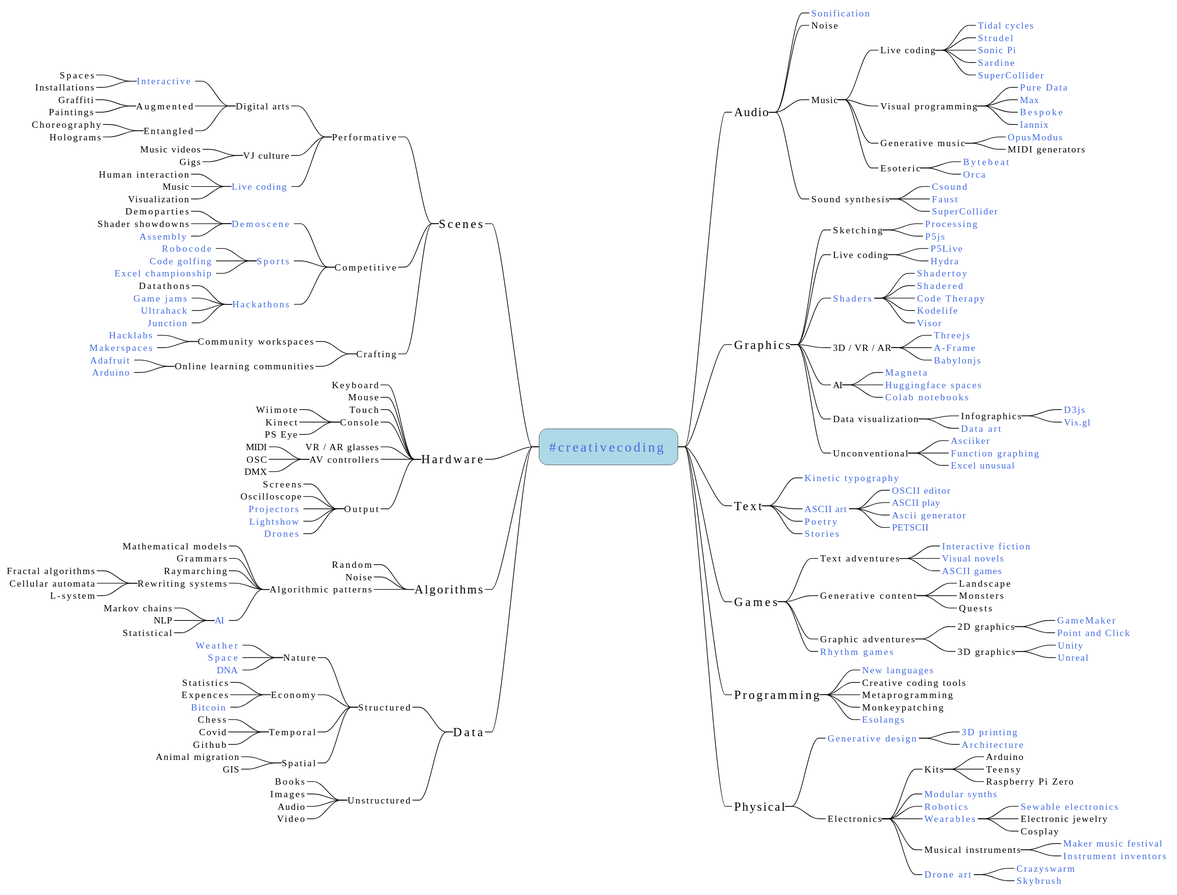
This is out/mindmap/mindmap.svg from amiika/creativecodingmindmap, a PlantUML export, as it was before one commit.
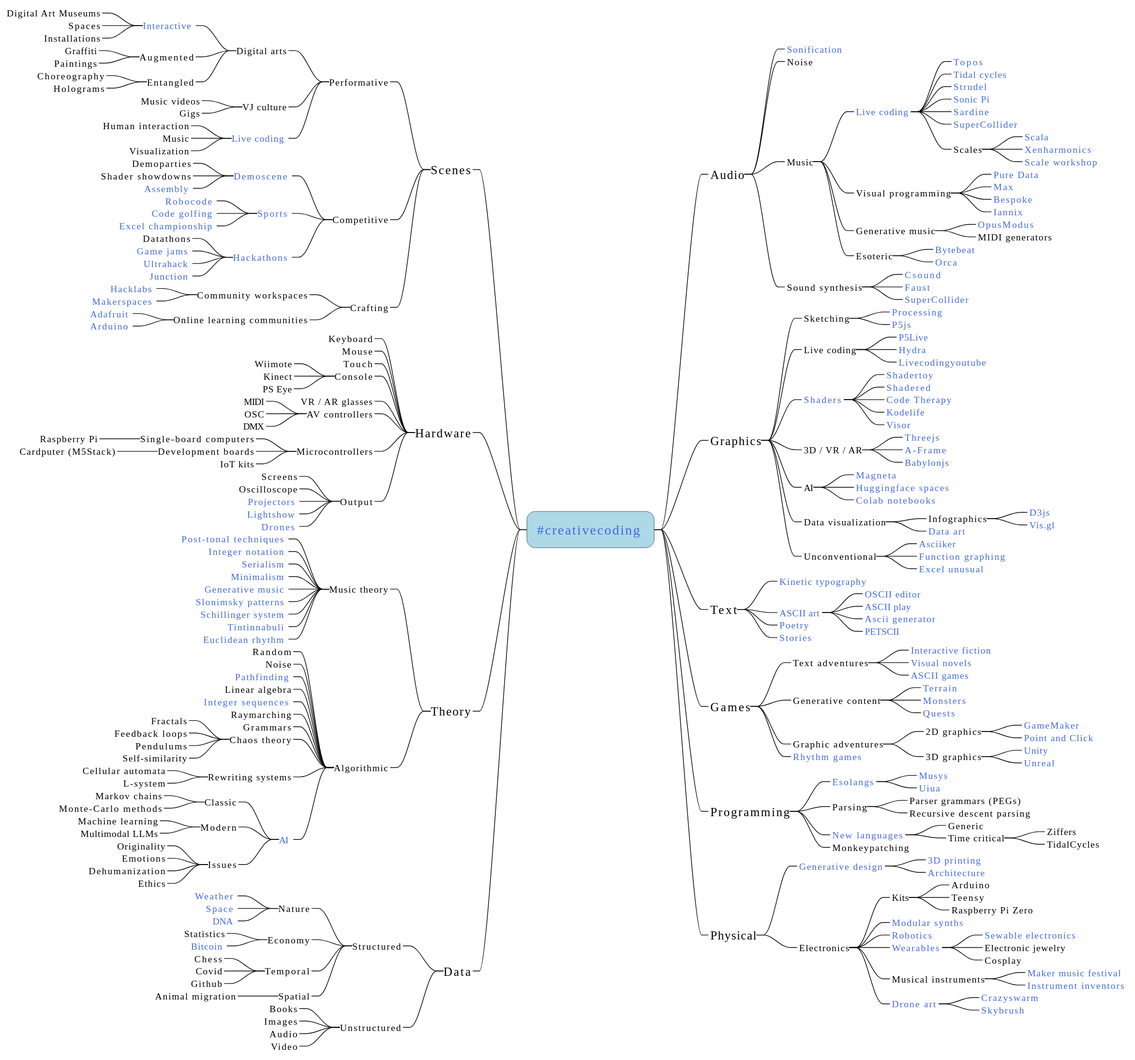
Later version of the same file.

Diff of the diagram source:
```diff
@@ -49,12 +49,17 @@
 ***_ [[https://sonification.design/ Sonification]] <<link>>
 ***_ Noise
 ***_ Music
-****_ Live coding
+****_ [[https://livecodingbook.toplap.org Live coding]] <<link>>
+*****_ [[https://topos.live Topos]] <<link>>
 *****_ [[https://tidalcycles.org/ Tidal cycles]] <<link>>
 *****_ [[https://strudel.tidalcycles.org/ Strudel]] <<link>>
 *****_ [[https://sonic-pi.net/ Sonic Pi]] <<link>>
 *****_ [[https://sardine.raphaelforment.fr/ Sardine]] <<link>>
 *****_ [[https://supercollider.github.io/ SuperCollider]] <<link>>
+*****_ Scales
+******_ [[https://www.huygens-fokker.org/scala/ Scala]] <<link>>
+******_ [[https://en.xen.wiki/w/Main_Page Xenharmonics]] <<link>>
+******_ [[https://scaleworkshop.plainsound.org Scale workshop]] <<link>>
 ****_ Visual programming
 *****_ [[https://puredata.info/ Pure Data]] <<link>>
 *****_ [[https://cycling74.com/products/max Max]] <<link>>
@@ -79,6 +84,7 @@
 ***_ Live coding
 ****_ [[https://teddavis.org/p5live P5Live]] <<link>>
 ****_ [[https://hydra.ojack.xyz/ Hydra]] <<link>>
+****_ [[https://livecodingyoutube.github.io Livecodingyoutube]] <<link>>
 ***_ [[https://thebookofshaders.com/{What are shaders?} Shaders]] <<link>>
 ****_ [[https://www.shadertoy.com/ Shadertoy]] <<link>>
 ****_ [[https://shadered.org/ Shadered]] <<link>>
@@ -121,9 +127,9 @@
 ****_ [[https://adelfaure.net/games/ ASCII games]] <<link>>
 
 ***_ Generative content
-****_ Landscape
-****_ Monsters
-****_ Quests
+****_ [[https://urn.fi/URN:NBN:fi:tuni-202304234159 Terrain]] <<link>>
+****_ [[https://www.kylehuang.design/monstergan Monsters]] <<link>>
+****_ [[https://github.com/gknappattack/DRAGN-Town-Quests Quests]] <<link>>
 ***_ Graphic adventures
 ****_ 2D graphics
 *****_ [[https://gamemaker.io/en GameMaker]] <<link>>
@@ -134,11 +140,18 @@
 ***_ [[https://github.com/topics/rhythm-game Rhythm games]] <<link>>
 
 **_ Programming
+***_ [[https://esolangs.org/wiki/Main_Page Esolangs]] <<link>>
+****_ [[https://esolangs.org/wiki/MUSYS Musys]] <<link>>
+****_ [[https://www.uiua.org Uiua]] <<link>>
+***_ Parsing
+****_ Parser grammars (PEGs)
+****_ Recursive descent parsing
 ***_ [[https://eloquentjavascript.net/12_language.html New languages]] <<link>>
-***_ Creative coding tools
-***_ Metaprogramming
+****_ Generic
+****_ Time critical
+*****_ Ziffers
+*****_ TidalCycles
 ***_ Monkeypatching
-***_ [[https://esolangs.org/wiki/Main_Page Esolangs]] <<link>>
 
 **_ Physical
 ***_ [[https://github.com/topics/generative-design Generative design]] <<link>>
@@ -167,6 +180,7 @@
 ---_ Performative
 ----_ Digital arts
 -----_ [[https://www.trendhunter.com/slideshow/interactive-art-installations Interactive]] <<link>>
+------_ Digital Art Museums
 ------_ Spaces
 ------_ Installations
 -----_ Augmented
@@ -222,6 +236,12 @@
 ----_ MIDI
 ----_ OSC
 ----_ DMX
+---_ Microcontrollers
+----_ Single-board computers
+-----_ Raspberry Pi
+----_ Development boards
+-----_ Cardputer (M5Stack)
+----_ IoT kits
 ---_ Output
 ----_ Screens
 ----_ Oscilloscope
@@ -229,21 +249,45 @@
 ----_ [[https://github.com/topics/lightshow Lightshow]] <<link>>
 ----_ [[https://github.com/topics/drone Drones]] <<link>>
 
---_ Algorithms
----_ Random
----_ Noise
----_ Algorithmic patterns
-----_ Mathematical models
+--_ Theory
+---_ Music theory
+----_ [[https://viva.pressbooks.pub/openmusictheory/part/20th-and-21st-century-techniques/ Post-tonal techniques]] <<link>>
+----_ [[https://viva.pressbooks.pub/openmusictheory/chapter/intervals-in-integer-notation/ Integer notation]] <<link>>
+----_ [[https://musictheory.pugetsound.edu/mt21c/Serialism.html Serialism]] <<link>>
+----_ [[https://musictheory.pugetsound.edu/mt21c/Minimalism.html Minimalism]] <<link>>
+----_ [[https://en.wikipedia.org/wiki/Generative_music Generative music]] <<link>>
+----_ [[https://atchai.com/blog/2016-02-09-john-coltrane-nicolas-slonimsky-and-the-arduino-part-1/ Slonimsky patterns]] <<link>>
+----_ [[https://en.wikipedia.org/wiki/Schillinger_system Schillinger system]] <<link>>
+----_ [[https://en.wikipedia.org/wiki/Tintinnabuli Tintinnabuli]] <<link>>
+----_ [[http://cgm.cs.mcgill.ca/~godfried/publications/banff.pdf Euclidean rhythm]] <<link>>
+---_ Algorithmic
+----_ Random
+----_ Noise
+----_ [[https://en.m.wikipedia.org/wiki/A*_search_algorithm Pathfinding]] <<link>>
+----_ Linear algebra
+----_ [[https://oeis.org Integer sequences]] <<link>>
+----_ Raymarching
 ----_ Grammars
-----_ Raymarching
+----_ Chaos theory
+-----_ Fractals
+-----_ Feedback loops
+-----_ Pendulums
+-----_ Self-similarity
 ----_ Rewriting systems
------_ Fractal algorithms
 -----_ Cellular automata
 -----_ L-system
 ----_ [[https://theresanaiforthat.com/ AI]] <<link>>
------_ Markov chains
------_ NLP
------_ Statistical
+-----_ Classic
+------_ Markov chains
+------_ Monte-Carlo methods
+-----_ Modern
+------_ Machine learning
+------_ Multimodal LLMs
+-----_ Issues
+------_ Originality
+------_ Emotions
+------_ Dehumanization
+------_ Ethics
 
 --_ Data
 ---_ Structured
@@ -253,7 +297,6 @@
 -----_ [[https://en.wikipedia.org/wiki/Protein_music DNA]] <<link>>
 ----_ Economy
 -----_ Statistics
------_ Expences
 -----_ [[https://www.bitlisten.com/ Bitcoin]] <<link>>
 ----_ Temporal
 -----_ Chess
@@ -261,7 +304,6 @@
 -----_ Github
 ----_ Spatial
 -----_ Animal migration
------_ GIS
 ---_ Unstructured
 ----_ Books
 ----_ Images
```
